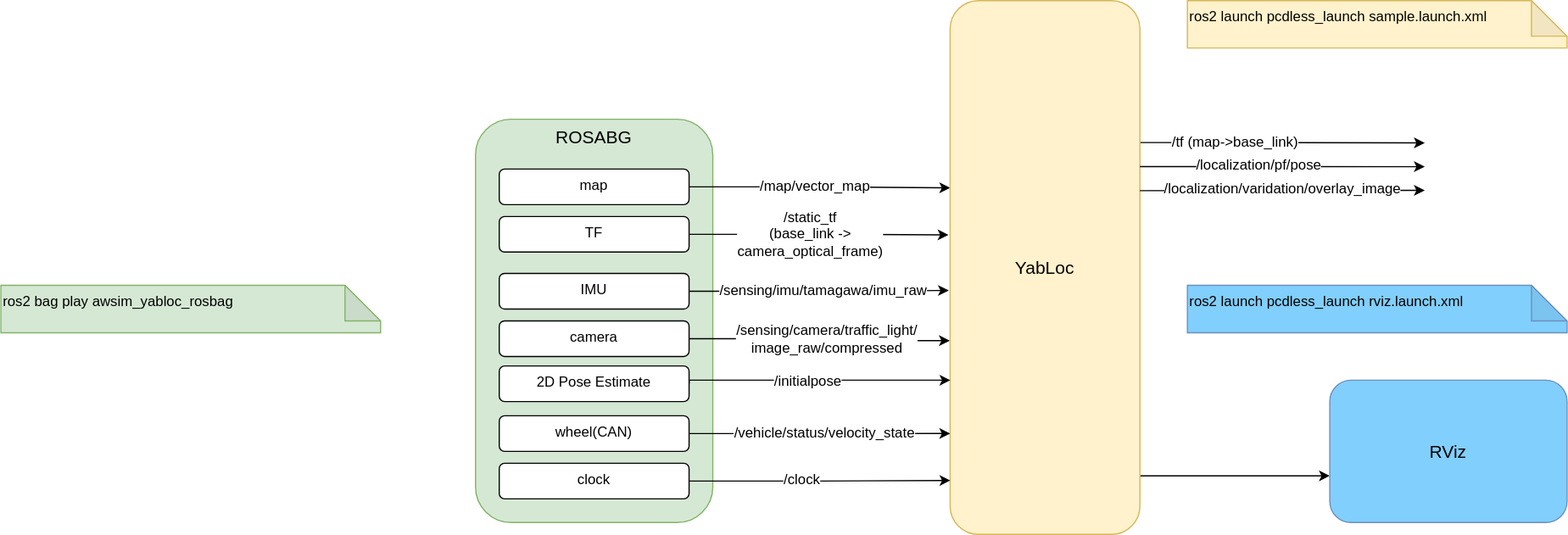
Before: docs/how_to_launch_quick_start_demo.drawio.svg, a diagram exported from draw.io (rsasaki0109/YabLoc). Source tidied: cells renumbered, new cells last; positions are measured from the earlier drawing's top-left corner, leaving out a move shared by most shapes.
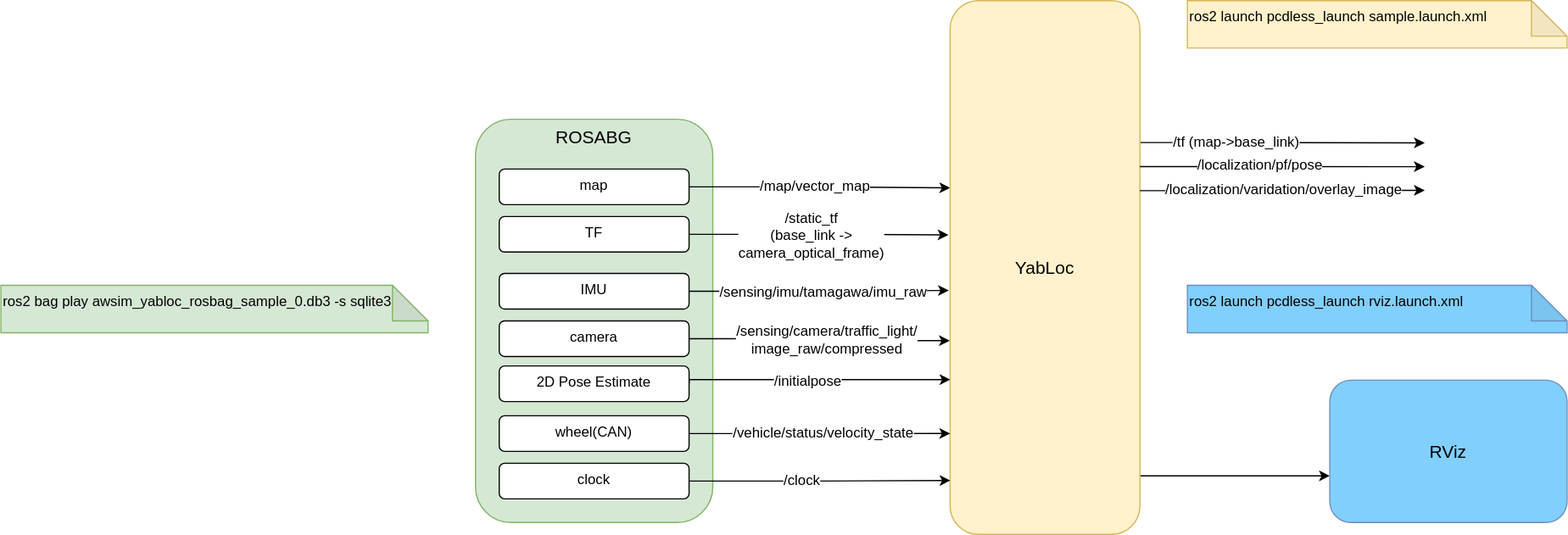
After the commit.

Commit message:
update sample rosbag link (#14)

What changed in the source:
```diff
@@ -133,8 +133,8 @@
         <mxPoint x="14" as="offset" />
       </mxGeometry>
     </mxCell>
-    <mxCell id="34" value="&lt;div style=&quot;font-size: 12px;&quot;&gt;&lt;div style=&quot;font-size: 12px;&quot;&gt;&lt;font style=&quot;font-size: 12px;&quot;&gt;ros2 bag play&amp;nbsp;awsim_yabloc_rosbag&amp;nbsp;&lt;/font&gt;&lt;/div&gt;&lt;/div&gt;" style="shape=note;whiteSpace=wrap;html=1;backgroundOutline=1;darkOpacity=0.05;align=left;verticalAlign=top;fillColor=#d5e8d4;strokeColor=#82b366;spacing=2;fontSize=12;" parent="1" vertex="1">
-      <mxGeometry y="240" width="320" height="40" as="geometry" />
+    <mxCell id="34" value="&lt;div style=&quot;font-size: 12px;&quot;&gt;&lt;div style=&quot;font-size: 12px;&quot;&gt;&lt;font style=&quot;font-size: 12px;&quot;&gt;ros2 bag play&amp;nbsp;awsim_yabloc_rosbag_sample_0.db3 &lt;/font&gt;&lt;span style=&quot;background-color: initial;&quot;&gt;-s sqlite3&amp;nbsp;&lt;/span&gt;&lt;/div&gt;&lt;/div&gt;" style="shape=note;whiteSpace=wrap;html=1;backgroundOutline=1;darkOpacity=0.05;align=left;verticalAlign=top;fillColor=#d5e8d4;strokeColor=#82b366;spacing=2;fontSize=12;" parent="1" vertex="1">
+      <mxGeometry y="240" width="360" height="40" as="geometry" />
     </mxCell>
     <mxCell id="35" value="2D Pose Estimate" style="rounded=1;whiteSpace=wrap;html=1;verticalAlign=top;" parent="1" vertex="1">
       <mxGeometry x="420" y="308" width="160" height="30" as="geometry" />
```
